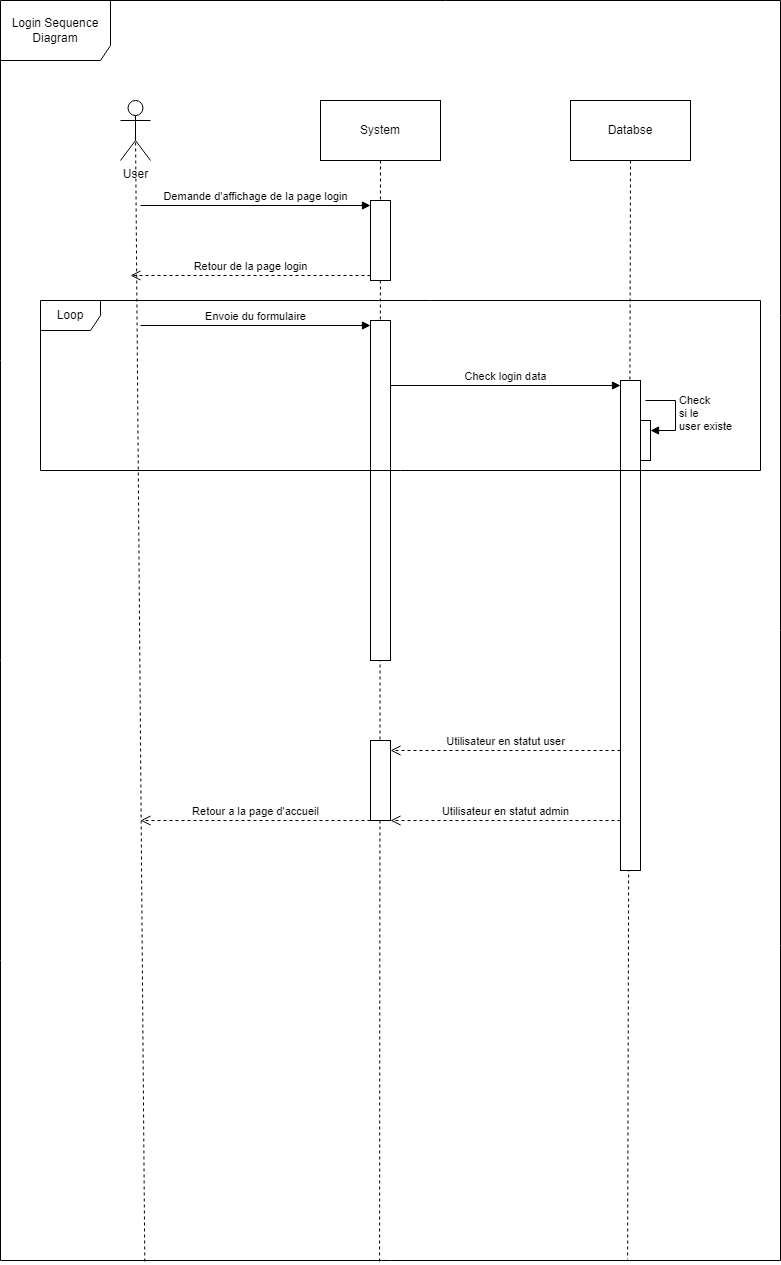
The draw.io diagram diagrammes/Projet_5_CHASSELOUP_Axel_DDS_LoginSequence.png in Axel92290/Projet_blog_php, before a commit. Source tidied: cells renumbered, new cells last; positions are measured from the earlier drawing's top-left corner, leaving out a move shared by most shapes.
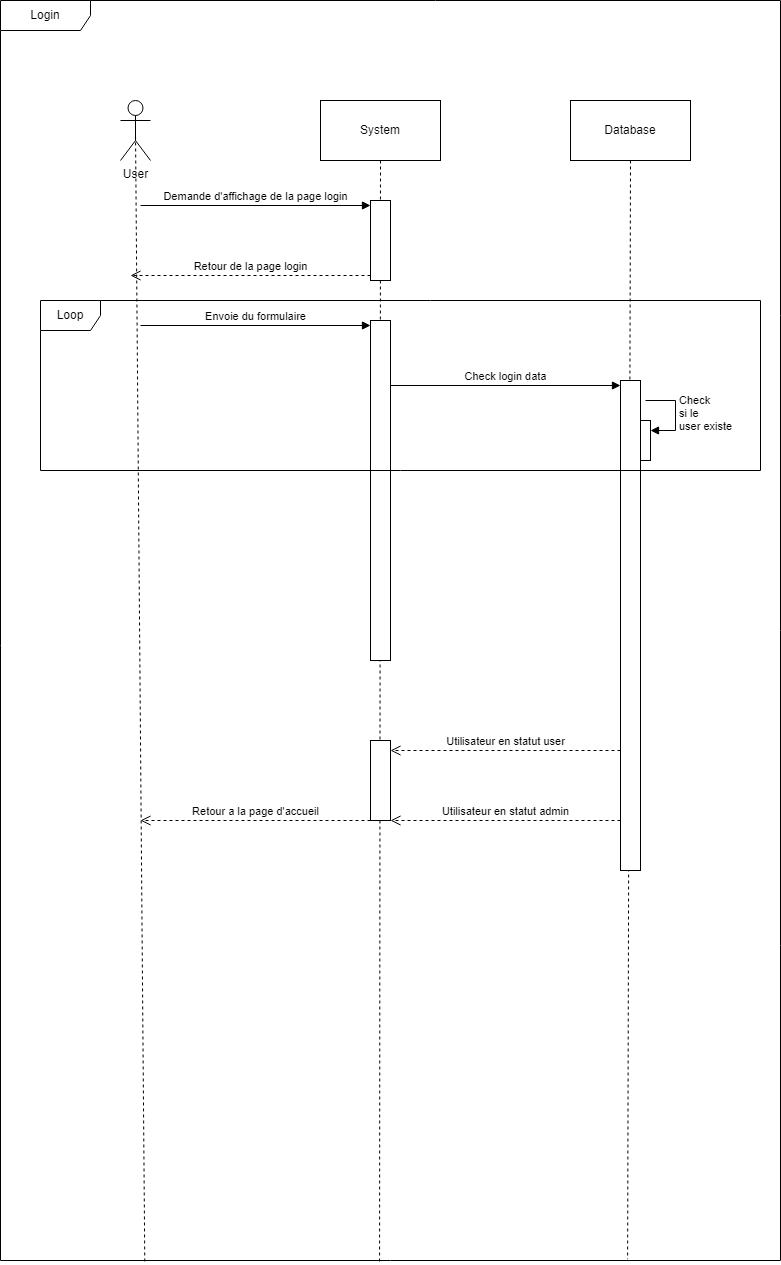
Above is the later version.

Change to the diagram source:
```diff
@@ -2,7 +2,7 @@
   <root>
     <mxCell id="0" />
     <mxCell id="1" parent="0" />
-    <mxCell id="2" value="Login Sequence Diagram" style="shape=umlFrame;whiteSpace=wrap;html=1;width=110;height=60;" parent="1" vertex="1">
+    <mxCell id="2" value="Login" style="shape=umlFrame;whiteSpace=wrap;html=1;width=90;height=30;" parent="1" vertex="1">
       <mxGeometry width="780" height="1260" as="geometry" />
     </mxCell>
     <mxCell id="3" style="rounded=0;jettySize=auto;html=1;exitX=0.5;exitY=0.5;exitDx=0;exitDy=0;exitPerimeter=0;entryX=0.185;entryY=1.002;entryDx=0;entryDy=0;entryPerimeter=0;dashed=1;endArrow=none;endFill=0;" parent="1" edge="1" source="4" target="2">
@@ -20,7 +20,7 @@
     <mxCell id="7" style="rounded=0;jettySize=auto;html=1;exitX=0.5;exitY=1;exitDx=0;exitDy=0;dashed=1;endArrow=none;endFill=0;entryX=0.804;entryY=0.999;entryDx=0;entryDy=0;entryPerimeter=0;" parent="1" edge="1" source="8" target="2">
       <mxGeometry relative="1" as="geometry" />
     </mxCell>
-    <mxCell id="8" value="Databse" style="rounded=0;whiteSpace=wrap;html=1;" parent="1" vertex="1">
+    <mxCell id="8" value="Database" style="rounded=0;whiteSpace=wrap;html=1;" parent="1" vertex="1">
       <mxGeometry x="570" y="100" width="120" height="60" as="geometry" />
     </mxCell>
     <mxCell id="9" style="html=1;points=[[0,0,0,0,5],[0,1,0,0,-5],[1,0,0,0,5],[1,1,0,0,-5]];perimeter=orthogonalPerimeter;outlineConnect=0;targetShapes=umlLifeline;portConstraint=eastwest;newEdgeStyle={&quot;curved&quot;:0,&quot;rounded&quot;:0};" parent="1" vertex="1">
```
